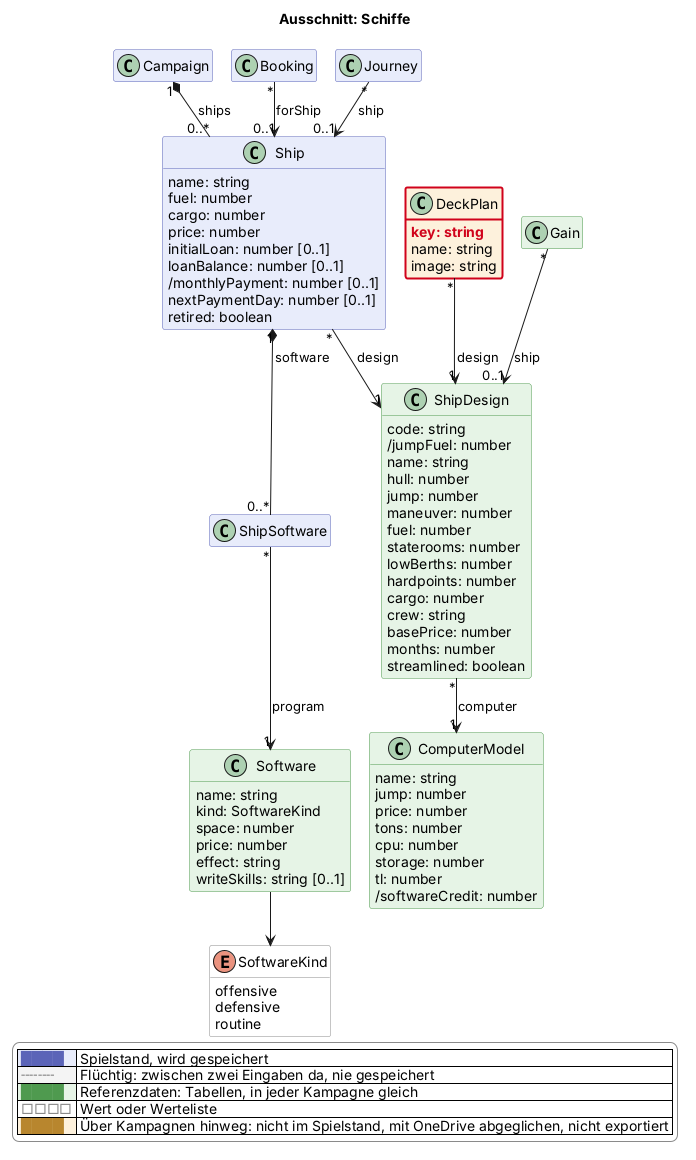
The PlantUML diagram docs/views/schiffe.png in scuzzar/SRE, before a commit.
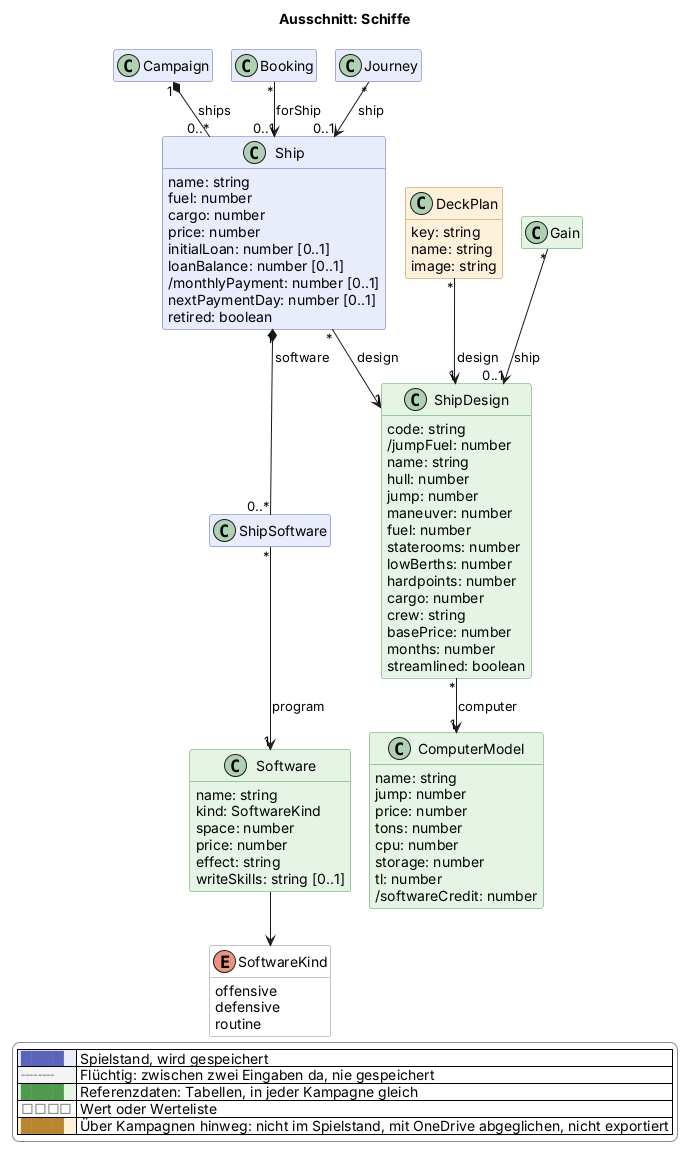
Above is the later version.

Diff of the diagram source:
```diff
@@ -126,7 +126,7 @@
     routine
   }
   class DeckPlan <<browser>> $schiffe {
-    $new("2026-11-17", "key: string")
+    key: string
     name: string
     image: string
   }
@@ -170,5 +170,4 @@
   |<#ffffff> <color:#8a8a8a>□□□□</color> | Wert oder Werteliste |
   |<#fdf1dc> <color:#b8862e>████</color> | Über Kampagnen hinweg: nicht im Spielstand, mit OneDrive abgeglichen, nicht exportiert |
 endlegend
-class DeckPlan #line:d0021b;line.bold
 @enduml
```
